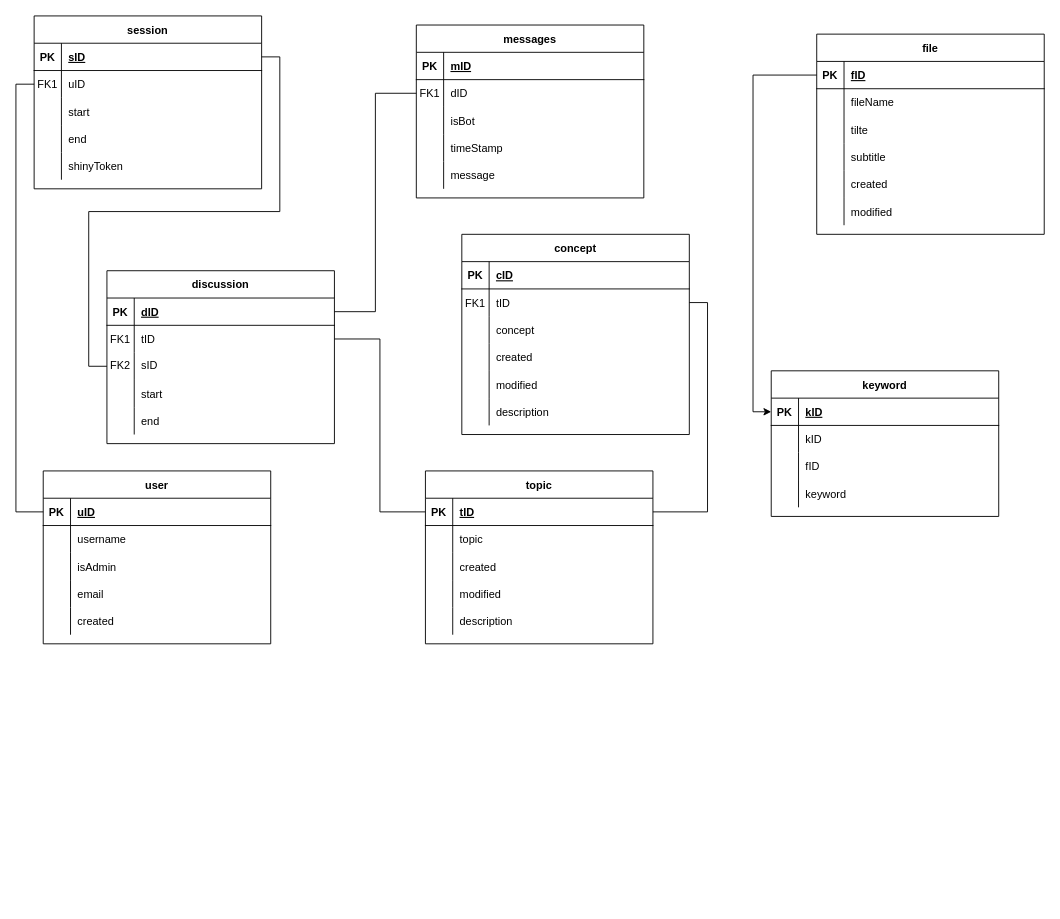
This is appData/schema.drawio from pieterjanvc/HOLLOW-TREE, a draw.io file, before an edit. Source tidied: cells renumbered, new cells numbered last; positions are measured from the earlier drawing's top-left corner, leaving out a move shared by most shapes. Both pictures are drawn from the tidied source at 91%, with x=0, y=0 at pixel (34, 15).
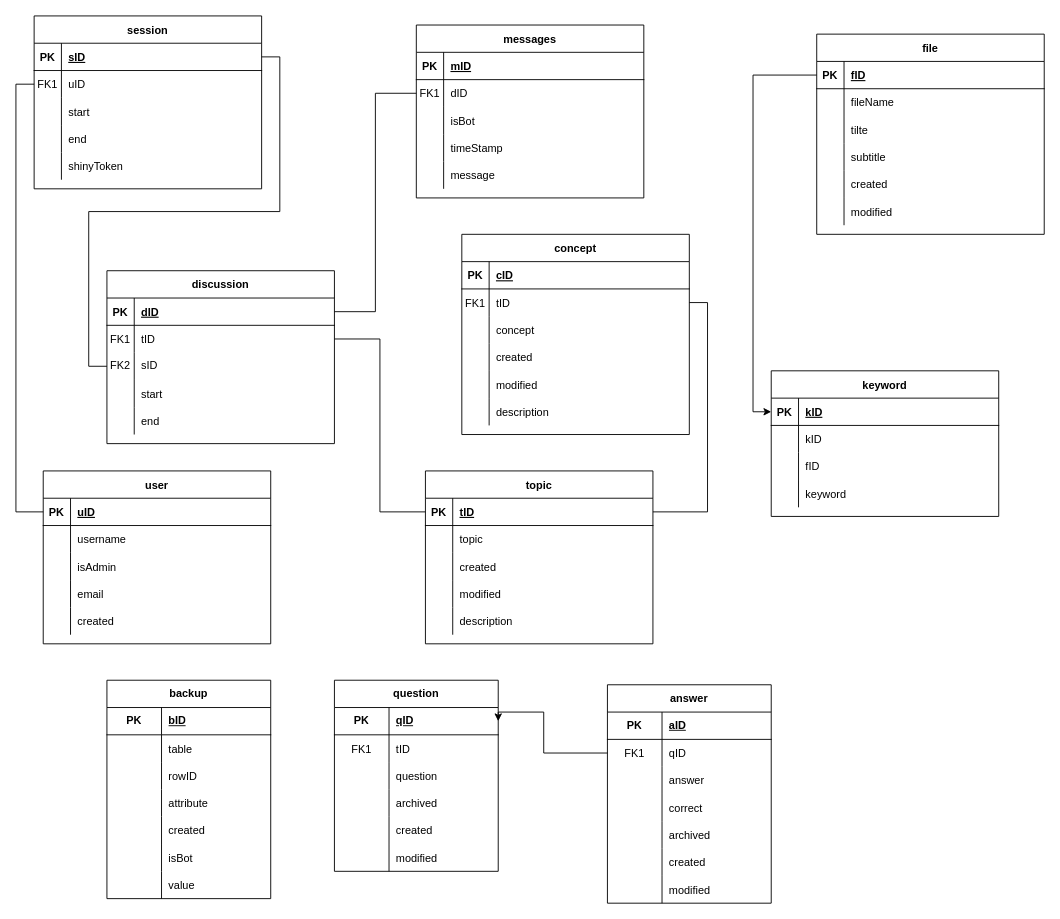
Above is the later version.

Commit message (it also covers changes not shown here):
Add new appDB tables

* Add tables for storing quiz questions and answers
* Add backup table to keep track of text fields changed by the admin across tables
* Neither have been implemented yet

Change to the diagram source:
```diff
@@
+    <mxCell id="139" value="question" style="shape=table;startSize=30;childLayout=tableLayout;rowLines=0;fontStyle=1;align=center;html=1;whiteSpace=wrap;" parent="1" vertex="1">
+      <mxGeometry x="330" y="730" width="180" height="210" as="geometry" />
+    </mxCell>
+    <mxCell id="140" style="shape=tableRow;horizontal=0;startSize=0;swimlaneHead=0;swimlaneBody=0;fillColor=none;points=[[0,0.5],[1,0.5]];portConstraint=eastwest;top=0;left=0;right=0;bottom=1;html=1;" parent="139" vertex="1">
+      <mxGeometry y="30" width="180" height="30" as="geometry" />
+    </mxCell>
+    <mxCell id="141" value="PK" style="shape=partialRectangle;fillColor=none;top=0;left=0;bottom=0;right=0;fontStyle=1;overflow=hidden;html=1;whiteSpace=wrap;" parent="140" vertex="1">
+      <mxGeometry width="60" height="30" as="geometry" />
+    </mxCell>
+    <mxCell id="142" value="qID" style="shape=partialRectangle;fillColor=none;top=0;left=0;bottom=0;right=0;align=left;spacingLeft=6;fontStyle=5;overflow=hidden;html=1;whiteSpace=wrap;" parent="140" vertex="1">
+      <mxGeometry x="60" width="120" height="30" as="geometry" />
+    </mxCell>
+    <mxCell id="143" style="shape=partialRectangle;fillColor=none;top=0;left=0;right=0;bottom=0;" parent="139" vertex="1">
+      <mxGeometry y="60" width="180" height="30" as="geometry" />
+    </mxCell>
+    <mxCell id="144" value="FK1" style="shape=partialRectangle;overflow=hidden;fillColor=none;top=0;left=0;bottom=0;right=0;" parent="143" vertex="1">
+      <mxGeometry width="60" height="30" as="geometry" />
+    </mxCell>
+    <mxCell id="145" value="tID" style="shape=partialRectangle;overflow=hidden;fillColor=none;top=0;left=0;bottom=0;right=0;align=left;spacingLeft=6;" parent="143" vertex="1">
+      <mxGeometry x="60" width="120" height="30" as="geometry" />
+    </mxCell>
+    <mxCell id="146" style="shape=tableRow;horizontal=0;startSize=0;swimlaneHead=0;swimlaneBody=0;fillColor=none;top=0;left=0;right=0;bottom=0;" parent="139" vertex="1">
+      <mxGeometry y="90" width="180" height="30" as="geometry" />
+    </mxCell>
+    <mxCell id="147" style="shape=partialRectangle;fillColor=none;top=0;left=0;bottom=0;right=0;overflow=hidden;" parent="146" vertex="1">
+      <mxGeometry width="60" height="30" as="geometry" />
+    </mxCell>
+    <mxCell id="148" value="question" style="shape=partialRectangle;fillColor=none;top=0;left=0;bottom=0;right=0;align=left;spacingLeft=6;overflow=hidden;" parent="146" vertex="1">
+      <mxGeometry x="60" width="120" height="30" as="geometry" />
+    </mxCell>
+    <mxCell id="149" style="shape=tableRow;horizontal=0;startSize=0;swimlaneHead=0;swimlaneBody=0;fillColor=none;top=0;left=0;right=0;bottom=0;" parent="139" vertex="1">
+      <mxGeometry y="120" width="180" height="30" as="geometry" />
+    </mxCell>
+    <mxCell id="150" style="shape=partialRectangle;fillColor=none;top=0;left=0;bottom=0;right=0;overflow=hidden;" parent="149" vertex="1">
+      <mxGeometry width="60" height="30" as="geometry" />
+    </mxCell>
+    <mxCell id="151" value="archived" style="shape=partialRectangle;fillColor=none;top=0;left=0;bottom=0;right=0;align=left;spacingLeft=6;overflow=hidden;" parent="149" vertex="1">
+      <mxGeometry x="60" width="120" height="30" as="geometry" />
+    </mxCell>
+    <mxCell id="152" style="shape=tableRow;horizontal=0;startSize=0;swimlaneHead=0;swimlaneBody=0;fillColor=none;top=0;left=0;right=0;bottom=0;" parent="139" vertex="1">
+      <mxGeometry y="150" width="180" height="30" as="geometry" />
+    </mxCell>
+    <mxCell id="153" style="shape=partialRectangle;fillColor=none;top=0;left=0;bottom=0;right=0;overflow=hidden;" parent="152" vertex="1">
+      <mxGeometry width="60" height="30" as="geometry" />
+    </mxCell>
+    <mxCell id="154" value="created" style="shape=partialRectangle;fillColor=none;top=0;left=0;bottom=0;right=0;align=left;spacingLeft=6;overflow=hidden;" parent="152" vertex="1">
+      <mxGeometry x="60" width="120" height="30" as="geometry" />
+    </mxCell>
+    <mxCell id="155" style="shape=tableRow;horizontal=0;startSize=0;swimlaneHead=0;swimlaneBody=0;fillColor=none;top=0;left=0;right=0;bottom=0;" parent="139" vertex="1">
+      <mxGeometry y="180" width="180" height="30" as="geometry" />
+    </mxCell>
+    <mxCell id="156" style="shape=partialRectangle;fillColor=none;top=0;left=0;bottom=0;right=0;overflow=hidden;" parent="155" vertex="1">
+      <mxGeometry width="60" height="30" as="geometry" />
+    </mxCell>
+    <mxCell id="157" value="modified" style="shape=partialRectangle;fillColor=none;top=0;left=0;bottom=0;right=0;align=left;spacingLeft=6;overflow=hidden;" parent="155" vertex="1">
+      <mxGeometry x="60" width="120" height="30" as="geometry" />
+    </mxCell>
+    <mxCell id="158" value="answer" style="shape=table;startSize=30;childLayout=tableLayout;rowLines=0;fontStyle=1;align=center;html=1;whiteSpace=wrap;" parent="1" vertex="1">
+      <mxGeometry x="630" y="735" width="180" height="240" as="geometry" />
+    </mxCell>
+    <mxCell id="159" style="shape=tableRow;horizontal=0;startSize=0;swimlaneHead=0;swimlaneBody=0;fillColor=none;top=0;left=0;right=0;bottom=1;html=1;" parent="158" vertex="1">
+      <mxGeometry y="30" width="180" height="30" as="geometry" />
+    </mxCell>
+    <mxCell id="160" value="PK" style="shape=partialRectangle;fillColor=none;top=0;left=0;bottom=0;right=0;fontStyle=1;overflow=hidden;html=1;whiteSpace=wrap;" parent="159" vertex="1">
+      <mxGeometry width="60" height="30" as="geometry" />
+    </mxCell>
+    <mxCell id="161" value="aID" style="shape=partialRectangle;fillColor=none;top=0;left=0;bottom=0;right=0;align=left;spacingLeft=6;fontStyle=5;overflow=hidden;html=1;whiteSpace=wrap;" parent="159" vertex="1">
+      <mxGeometry x="60" width="120" height="30" as="geometry" />
+    </mxCell>
+    <mxCell id="162" style="shape=partialRectangle;fillColor=none;points=[[0,0.5],[1,0.5]];portConstraint=eastwest;top=0;left=0;right=0;bottom=0;" parent="158" vertex="1">
+      <mxGeometry y="60" width="180" height="30" as="geometry" />
+    </mxCell>
+    <mxCell id="163" value="FK1" style="shape=partialRectangle;overflow=hidden;fillColor=none;top=0;left=0;bottom=0;right=0;" parent="162" vertex="1">
+      <mxGeometry width="60" height="30" as="geometry" />
+    </mxCell>
+    <mxCell id="164" value="qID" style="shape=partialRectangle;overflow=hidden;fillColor=none;top=0;left=0;bottom=0;right=0;align=left;spacingLeft=6;" parent="162" vertex="1">
+      <mxGeometry x="60" width="120" height="30" as="geometry" />
+    </mxCell>
+    <mxCell id="165" style="shape=tableRow;horizontal=0;startSize=0;swimlaneHead=0;swimlaneBody=0;fillColor=none;top=0;left=0;right=0;bottom=0;" parent="158" vertex="1">
+      <mxGeometry y="90" width="180" height="30" as="geometry" />
+    </mxCell>
+    <mxCell id="166" style="shape=partialRectangle;fillColor=none;top=0;left=0;bottom=0;right=0;overflow=hidden;" parent="165" vertex="1">
+      <mxGeometry width="60" height="30" as="geometry" />
+    </mxCell>
+    <mxCell id="167" value="answer" style="shape=partialRectangle;fillColor=none;top=0;left=0;bottom=0;right=0;align=left;spacingLeft=6;overflow=hidden;" parent="165" vertex="1">
+      <mxGeometry x="60" width="120" height="30" as="geometry" />
+    </mxCell>
+    <mxCell id="168" style="shape=tableRow;horizontal=0;startSize=0;swimlaneHead=0;swimlaneBody=0;fillColor=none;top=0;left=0;right=0;bottom=0;" parent="158" vertex="1">
+      <mxGeometry y="120" width="180" height="30" as="geometry" />
+    </mxCell>
+    <mxCell id="169" style="shape=partialRectangle;fillColor=none;top=0;left=0;bottom=0;right=0;overflow=hidden;" parent="168" vertex="1">
+      <mxGeometry width="60" height="30" as="geometry" />
+    </mxCell>
+    <mxCell id="170" value="correct" style="shape=partialRectangle;fillColor=none;top=0;left=0;bottom=0;right=0;align=left;spacingLeft=6;overflow=hidden;" parent="168" vertex="1">
+      <mxGeometry x="60" width="120" height="30" as="geometry" />
+    </mxCell>
+    <mxCell id="171" style="shape=tableRow;horizontal=0;startSize=0;swimlaneHead=0;swimlaneBody=0;fillColor=none;top=0;left=0;right=0;bottom=0;" parent="158" vertex="1">
+      <mxGeometry y="150" width="180" height="30" as="geometry" />
+    </mxCell>
+    <mxCell id="172" style="shape=partialRectangle;fillColor=none;top=0;left=0;bottom=0;right=0;overflow=hidden;" parent="171" vertex="1">
+      <mxGeometry width="60" height="30" as="geometry" />
+    </mxCell>
+    <mxCell id="173" value="archived" style="shape=partialRectangle;fillColor=none;top=0;left=0;bottom=0;right=0;align=left;spacingLeft=6;overflow=hidden;" parent="171" vertex="1">
+      <mxGeometry x="60" width="120" height="30" as="geometry" />
+    </mxCell>
+    <mxCell id="174" style="shape=tableRow;horizontal=0;startSize=0;swimlaneHead=0;swimlaneBody=0;fillColor=none;top=0;left=0;right=0;bottom=0;" parent="158" vertex="1">
+      <mxGeometry y="180" width="180" height="30" as="geometry" />
+    </mxCell>
+    <mxCell id="175" style="shape=partialRectangle;fillColor=none;top=0;left=0;bottom=0;right=0;overflow=hidden;" parent="174" vertex="1">
+      <mxGeometry width="60" height="30" as="geometry" />
+    </mxCell>
+    <mxCell id="176" value="created" style="shape=partialRectangle;fillColor=none;top=0;left=0;bottom=0;right=0;align=left;spacingLeft=6;overflow=hidden;" parent="174" vertex="1">
+      <mxGeometry x="60" width="120" height="30" as="geometry" />
+    </mxCell>
+    <mxCell id="177" style="shape=tableRow;horizontal=0;startSize=0;swimlaneHead=0;swimlaneBody=0;fillColor=none;top=0;left=0;right=0;bottom=0;" parent="158" vertex="1">
+      <mxGeometry y="210" width="180" height="30" as="geometry" />
+    </mxCell>
+    <mxCell id="178" style="shape=partialRectangle;fillColor=none;top=0;left=0;bottom=0;right=0;overflow=hidden;" parent="177" vertex="1">
+      <mxGeometry width="60" height="30" as="geometry" />
+    </mxCell>
+    <mxCell id="179" value="modified" style="shape=partialRectangle;fillColor=none;top=0;left=0;bottom=0;right=0;align=left;spacingLeft=6;overflow=hidden;" parent="177" vertex="1">
+      <mxGeometry x="60" width="120" height="30" as="geometry" />
+    </mxCell>
+    <mxCell id="180" value="backup" style="shape=table;startSize=30;childLayout=tableLayout;rowLines=0;fontStyle=1;align=center;html=1;whiteSpace=wrap;" parent="1" vertex="1">
+      <mxGeometry x="80" y="730" width="180" height="240" as="geometry" />
+    </mxCell>
+    <mxCell id="181" style="shape=tableRow;horizontal=0;startSize=0;swimlaneHead=0;swimlaneBody=0;fillColor=none;top=0;left=0;right=0;bottom=1;html=1;" parent="180" vertex="1">
+      <mxGeometry y="30" width="180" height="30" as="geometry" />
+    </mxCell>
+    <mxCell id="182" value="PK" style="shape=partialRectangle;fillColor=none;top=0;left=0;bottom=0;right=0;fontStyle=1;overflow=hidden;html=1;whiteSpace=wrap;" parent="181" vertex="1">
+      <mxGeometry width="60" height="30" as="geometry" />
+    </mxCell>
+    <mxCell id="183" value="bID" style="shape=partialRectangle;fillColor=none;top=0;left=0;bottom=0;right=0;align=left;spacingLeft=6;fontStyle=5;overflow=hidden;html=1;whiteSpace=wrap;" parent="181" vertex="1">
+      <mxGeometry x="60" width="120" height="30" as="geometry" />
+    </mxCell>
+    <mxCell id="184" style="shape=partialRectangle;fillColor=none;top=0;left=0;right=0;bottom=0;" parent="180" vertex="1">
+      <mxGeometry y="60" width="180" height="30" as="geometry" />
+    </mxCell>
+    <mxCell id="185" style="shape=partialRectangle;overflow=hidden;fillColor=none;top=0;left=0;bottom=0;right=0;" parent="184" vertex="1">
+      <mxGeometry width="60" height="30" as="geometry" />
+    </mxCell>
+    <mxCell id="186" value="table" style="shape=partialRectangle;overflow=hidden;fillColor=none;top=0;left=0;bottom=0;right=0;align=left;spacingLeft=6;" parent="184" vertex="1">
+      <mxGeometry x="60" width="120" height="30" as="geometry" />
+    </mxCell>
+    <mxCell id="187" style="shape=tableRow;horizontal=0;startSize=0;swimlaneHead=0;swimlaneBody=0;fillColor=none;top=0;left=0;right=0;bottom=0;" parent="180" vertex="1">
+      <mxGeometry y="90" width="180" height="30" as="geometry" />
+    </mxCell>
+    <mxCell id="188" style="shape=partialRectangle;fillColor=none;top=0;left=0;bottom=0;right=0;overflow=hidden;" parent="187" vertex="1">
+      <mxGeometry width="60" height="30" as="geometry" />
+    </mxCell>
+    <mxCell id="189" value="rowID" style="shape=partialRectangle;fillColor=none;top=0;left=0;bottom=0;right=0;align=left;spacingLeft=6;overflow=hidden;" parent="187" vertex="1">
+      <mxGeometry x="60" width="120" height="30" as="geometry" />
+    </mxCell>
+    <mxCell id="190" style="shape=partialRectangle;fillColor=none;top=0;left=0;right=0;bottom=0;" parent="180" vertex="1">
+      <mxGeometry y="120" width="180" height="30" as="geometry" />
+    </mxCell>
+    <mxCell id="191" style="shape=partialRectangle;overflow=hidden;fillColor=none;top=0;left=0;bottom=0;right=0;" parent="190" vertex="1">
+      <mxGeometry width="60" height="30" as="geometry" />
+    </mxCell>
+    <mxCell id="192" value="attribute" style="shape=partialRectangle;overflow=hidden;fillColor=none;top=0;left=0;bottom=0;right=0;align=left;spacingLeft=6;" parent="190" vertex="1">
+      <mxGeometry x="60" width="120" height="30" as="geometry" />
+    </mxCell>
+    <mxCell id="193" style="shape=tableRow;horizontal=0;startSize=0;swimlaneHead=0;swimlaneBody=0;fillColor=none;top=0;left=0;right=0;bottom=0;" parent="180" vertex="1">
+      <mxGeometry y="150" width="180" height="30" as="geometry" />
+    </mxCell>
+    <mxCell id="194" style="shape=partialRectangle;fillColor=none;top=0;left=0;bottom=0;right=0;overflow=hidden;" parent="193" vertex="1">
+      <mxGeometry width="60" height="30" as="geometry" />
+    </mxCell>
+    <mxCell id="195" value="created" style="shape=partialRectangle;fillColor=none;top=0;left=0;bottom=0;right=0;align=left;spacingLeft=6;overflow=hidden;" parent="193" vertex="1">
+      <mxGeometry x="60" width="120" height="30" as="geometry" />
+    </mxCell>
+    <mxCell id="196" style="shape=tableRow;horizontal=0;startSize=0;swimlaneHead=0;swimlaneBody=0;fillColor=none;top=0;left=0;right=0;bottom=0;" parent="180" vertex="1">
+      <mxGeometry y="180" width="180" height="30" as="geometry" />
+    </mxCell>
+    <mxCell id="197" style="shape=partialRectangle;fillColor=none;top=0;left=0;bottom=0;right=0;overflow=hidden;" parent="196" vertex="1">
+      <mxGeometry width="60" height="30" as="geometry" />
+    </mxCell>
+    <mxCell id="198" value="isBot" style="shape=partialRectangle;fillColor=none;top=0;left=0;bottom=0;right=0;align=left;spacingLeft=6;overflow=hidden;" parent="196" vertex="1">
+      <mxGeometry x="60" width="120" height="30" as="geometry" />
+    </mxCell>
+    <mxCell id="199" style="shape=tableRow;horizontal=0;startSize=0;swimlaneHead=0;swimlaneBody=0;fillColor=none;top=0;left=0;right=0;bottom=0;" parent="180" vertex="1">
+      <mxGeometry y="210" width="180" height="30" as="geometry" />
+    </mxCell>
+    <mxCell id="200" style="shape=partialRectangle;fillColor=none;top=0;left=0;bottom=0;right=0;overflow=hidden;" parent="199" vertex="1">
+      <mxGeometry width="60" height="30" as="geometry" />
+    </mxCell>
+    <mxCell id="201" value="value" style="shape=partialRectangle;fillColor=none;top=0;left=0;bottom=0;right=0;align=left;spacingLeft=6;overflow=hidden;" parent="199" vertex="1">
+      <mxGeometry x="60" width="120" height="30" as="geometry" />
+    </mxCell>
+    <mxCell id="202" style="edgeStyle=orthogonalEdgeStyle;rounded=0;jettySize=auto;html=1;exitX=0;exitY=0.5;exitDx=0;exitDy=0;entryX=1;entryY=0.5;entryDx=0;entryDy=0;" parent="1" edge="1" source="162" target="140">
+      <mxGeometry relative="1" as="geometry">
+        <Array as="points">
+          <mxPoint x="560" y="810" />
+          <mxPoint x="560" y="765" />
+        </Array>
+      </mxGeometry>
+    </mxCell>
```
